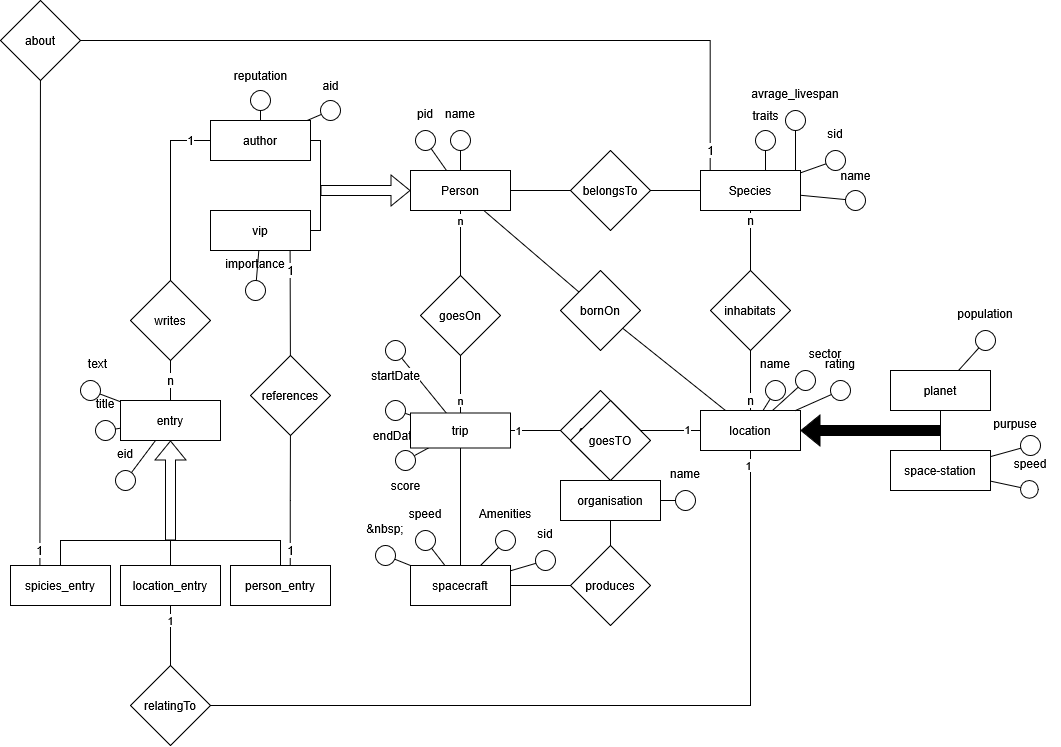
Earlier version of the draw.io export hhgttg-diagramm.drawio.png (MassimiIiano/hhgttg-db). Source tidied: cells renumbered, new cells last; positions are measured from the earlier drawing's top-left corner, leaving out a move shared by most shapes.
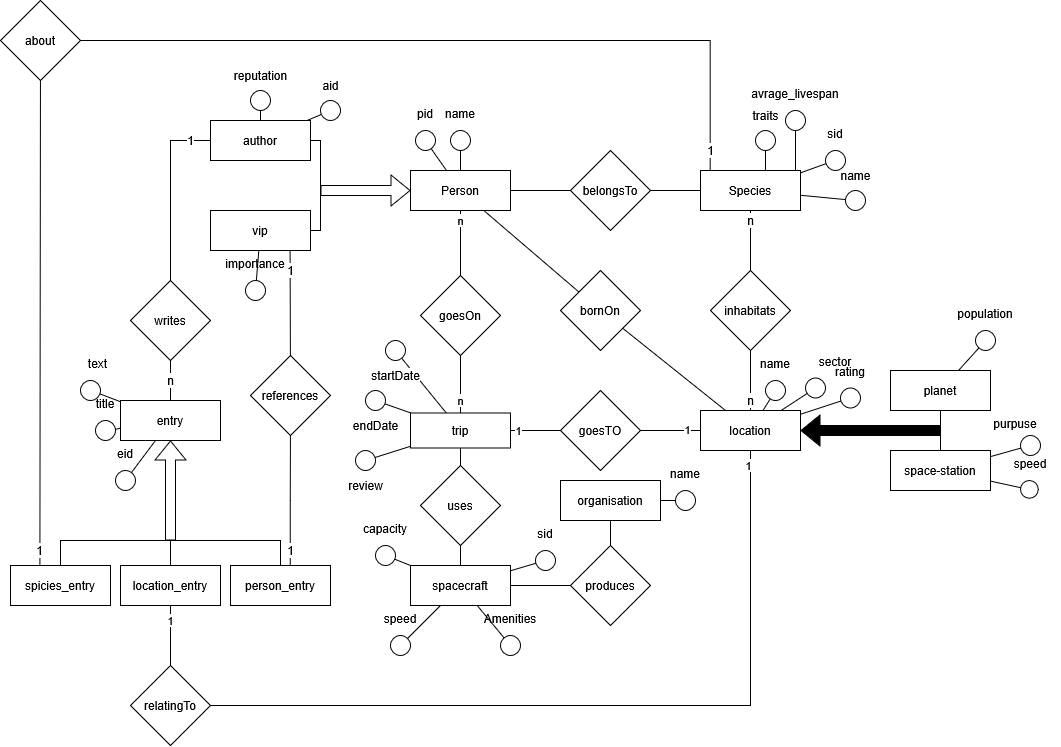
Above is the later version.

What changed in the source:
```diff
@@ -96,7 +96,7 @@
       <mxGeometry relative="1" as="geometry" />
     </mxCell>
     <mxCell id="30" value="sector" style="group;" parent="1" vertex="1">
-      <mxGeometry x="780" y="340" width="90" height="100" as="geometry" />
+      <mxGeometry x="790" y="347.5" width="90" height="100" as="geometry" />
     </mxCell>
     <mxCell id="31" style="ellipse;whiteSpace=wrap;html=1;rounded=0;strokeColor=default;align=center;verticalAlign=middle;fontFamily=Helvetica;fontSize=12;fontColor=default;labelBackgroundColor=default;fillColor=default;" parent="30" vertex="1">
       <mxGeometry x="15" y="30" width="20" height="20" as="geometry" />
@@ -156,7 +156,7 @@
     <mxCell id="47" value="produces" style="rhombus;whiteSpace=wrap;html=1;rounded=0;" parent="1" vertex="1">
       <mxGeometry x="570" y="545" width="80" height="80" as="geometry" />
     </mxCell>
-    <mxCell id="48" style="edgeStyle=none;rounded=0;jettySize=auto;html=1;strokeColor=default;align=center;verticalAlign=middle;fontFamily=Helvetica;fontSize=12;fontColor=default;labelBackgroundColor=default;endArrow=none;endFill=0;" parent="1" edge="1" source="49" target="137">
+    <mxCell id="48" style="edgeStyle=none;rounded=0;jettySize=auto;html=1;strokeColor=default;align=center;verticalAlign=middle;fontFamily=Helvetica;fontSize=12;fontColor=default;labelBackgroundColor=default;endArrow=none;endFill=0;" parent="1" edge="1" source="143" target="137">
       <mxGeometry relative="1" as="geometry" />
     </mxCell>
     <mxCell id="49" value="spacecraft" style="whiteSpace=wrap;html=1;align=center;rounded=0;strokeColor=default;verticalAlign=middle;fontFamily=Helvetica;fontSize=12;fontColor=default;fillColor=default;" parent="1" vertex="1">
@@ -303,9 +303,6 @@
     <mxCell id="93" style="edgeStyle=none;rounded=0;jettySize=auto;html=1;strokeColor=default;align=center;verticalAlign=middle;fontFamily=Helvetica;fontSize=12;fontColor=default;labelBackgroundColor=default;endArrow=none;endFill=0;" parent="1" edge="1" source="122" target="39">
       <mxGeometry relative="1" as="geometry" />
     </mxCell>
-    <mxCell id="94" style="edgeStyle=none;rounded=0;jettySize=auto;html=1;strokeColor=default;align=center;verticalAlign=middle;fontFamily=Helvetica;fontSize=12;fontColor=default;labelBackgroundColor=default;endArrow=none;endFill=0;" parent="1" edge="1" source="125" target="137">
-      <mxGeometry relative="1" as="geometry" />
-    </mxCell>
     <mxCell id="95" value="sid" style="group;" parent="1" vertex="1">
       <mxGeometry x="520" y="520" width="50" height="50" as="geometry" />
     </mxCell>
@@ -316,7 +313,7 @@
       <mxGeometry relative="1" as="geometry" />
     </mxCell>
     <mxCell id="98" value="speed" style="group;" parent="1" vertex="1">
-      <mxGeometry x="400" y="500" width="50" height="50" as="geometry" />
+      <mxGeometry x="375" y="605" width="50" height="50" as="geometry" />
     </mxCell>
     <mxCell id="99" style="ellipse;whiteSpace=wrap;html=1;rounded=0;strokeColor=default;align=center;verticalAlign=middle;fontFamily=Helvetica;fontSize=12;fontColor=default;labelBackgroundColor=default;fillColor=default;" parent="98" vertex="1">
       <mxGeometry x="15" y="30" width="20" height="20" as="geometry" />
@@ -324,7 +321,7 @@
     <mxCell id="100" style="edgeStyle=none;rounded=0;jettySize=auto;html=1;strokeColor=default;align=center;verticalAlign=middle;fontFamily=Helvetica;fontSize=12;fontColor=default;labelBackgroundColor=default;endArrow=none;endFill=0;" parent="1" edge="1" source="99" target="49">
       <mxGeometry relative="1" as="geometry" />
     </mxCell>
-    <mxCell id="101" value="&amp;nbsp;" style="group;" parent="1" vertex="1">
+    <mxCell id="101" value="capacity" style="group;" parent="1" vertex="1">
       <mxGeometry x="360" y="515" width="50" height="50" as="geometry" />
     </mxCell>
     <mxCell id="102" style="ellipse;whiteSpace=wrap;html=1;rounded=0;strokeColor=default;align=center;verticalAlign=middle;fontFamily=Helvetica;fontSize=12;fontColor=default;labelBackgroundColor=default;fillColor=default;" parent="101" vertex="1">
@@ -334,7 +331,7 @@
       <mxGeometry relative="1" as="geometry" />
     </mxCell>
     <mxCell id="104" value="Amenities" style="group;" parent="1" vertex="1">
-      <mxGeometry x="480" y="500" width="50" height="50" as="geometry" />
+      <mxGeometry x="485" y="605" width="50" height="50" as="geometry" />
     </mxCell>
     <mxCell id="105" style="ellipse;whiteSpace=wrap;html=1;rounded=0;strokeColor=default;align=center;verticalAlign=middle;fontFamily=Helvetica;fontSize=12;fontColor=default;labelBackgroundColor=default;fillColor=default;" parent="104" vertex="1">
       <mxGeometry x="15" y="30" width="20" height="20" as="geometry" />
@@ -395,15 +392,6 @@
     <mxCell id="123" value="aid" style="text;html=1;align=center;verticalAlign=middle;strokeColor=none;fillColor=none;fontFamily=Helvetica;fontSize=12;fontColor=default;labelBackgroundColor=default;" parent="121" vertex="1">
       <mxGeometry width="40" height="30" as="geometry" />
     </mxCell>
-    <mxCell id="124" style="group;" parent="1" vertex="1">
-      <mxGeometry x="380" y="450" width="50" height="50" as="geometry" />
-    </mxCell>
-    <mxCell id="125" style="ellipse;whiteSpace=wrap;html=1;rounded=0;strokeColor=default;align=center;verticalAlign=middle;fontFamily=Helvetica;fontSize=12;fontColor=default;labelBackgroundColor=default;fillColor=default;" parent="124" vertex="1">
-      <mxGeometry x="15" width="20" height="20" as="geometry" />
-    </mxCell>
-    <mxCell id="126" value="score" style="text;html=1;align=center;verticalAlign=middle;strokeColor=none;fillColor=none;fontFamily=Helvetica;fontSize=12;fontColor=default;labelBackgroundColor=default;" parent="124" vertex="1">
-      <mxGeometry y="20" width="50" height="30" as="geometry" />
-    </mxCell>
     <mxCell id="127" style="group;" parent="1" vertex="1">
       <mxGeometry x="370" y="340" width="60" height="50" as="geometry" />
     </mxCell>
@@ -414,7 +402,7 @@
       <mxGeometry x="-10" y="20" width="70" height="30" as="geometry" />
     </mxCell>
     <mxCell id="130" style="group;" parent="1" vertex="1">
-      <mxGeometry x="370" y="400" width="60" height="50" as="geometry" />
+      <mxGeometry x="350" y="390" width="60" height="50" as="geometry" />
     </mxCell>
     <mxCell id="131" style="ellipse;whiteSpace=wrap;html=1;rounded=0;strokeColor=default;align=center;verticalAlign=middle;fontFamily=Helvetica;fontSize=12;fontColor=default;labelBackgroundColor=default;fillColor=default;" parent="130" vertex="1">
       <mxGeometry x="15" width="20" height="20" as="geometry" />
@@ -452,8 +440,23 @@
     <mxCell id="142" value="goesTO" style="rhombus;whiteSpace=wrap;html=1;rounded=0;" parent="1" vertex="1">
       <mxGeometry x="560" y="390" width="80" height="80" as="geometry" />
     </mxCell>
+    <mxCell id="144" style="edgeStyle=orthogonalEdgeStyle;rounded=0;jettySize=auto;html=1;endArrow=none;startFill=0;" parent="1" edge="1" source="143" target="49">
+      <mxGeometry relative="1" as="geometry" />
+    </mxCell>
-    <mxCell id="143" value="goesTO" style="rhombus;whiteSpace=wrap;html=1;rounded=0;" parent="1" vertex="1">
-      <mxGeometry x="570" y="400" width="80" height="80" as="geometry" />
+    <mxCell id="143" value="uses" style="rhombus;whiteSpace=wrap;html=1;rounded=0;" parent="1" vertex="1">
+      <mxGeometry x="420" y="465" width="80" height="80" as="geometry" />
     </mxCell>
+    <mxCell id="145" style="group;" parent="1" vertex="1">
+      <mxGeometry x="340" y="450" width="55" height="50" as="geometry" />
+    </mxCell>
+    <mxCell id="125" style="ellipse;whiteSpace=wrap;html=1;rounded=0;strokeColor=default;align=center;verticalAlign=middle;fontFamily=Helvetica;fontSize=12;fontColor=default;labelBackgroundColor=default;fillColor=default;" parent="145" vertex="1">
+      <mxGeometry x="15" width="20" height="20" as="geometry" />
+    </mxCell>
+    <mxCell id="146" value="review" style="text;html=1;align=center;verticalAlign=middle;strokeColor=none;fillColor=none;fontFamily=Helvetica;fontSize=12;fontColor=default;labelBackgroundColor=default;" parent="145" vertex="1">
+      <mxGeometry x="-5" y="20" width="60" height="30" as="geometry" />
+    </mxCell>
+    <mxCell id="94" style="rounded=0;jettySize=auto;html=1;endArrow=none;startFill=0;" parent="1" edge="1" source="125" target="137">
+      <mxGeometry relative="1" as="geometry" />
+    </mxCell>
   </root>
 </mxGraphModel>
```
